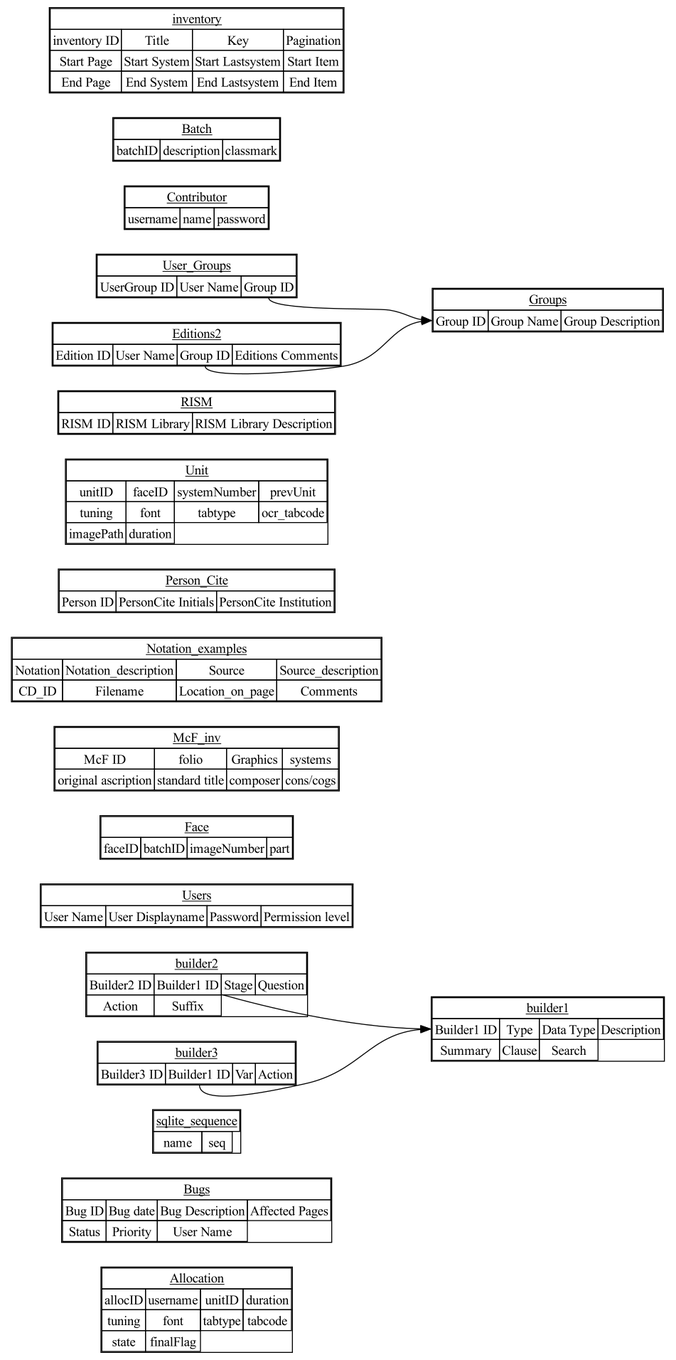
Above: plot/admin.png in cannam/ecolm-review-doc (Graphviz), before the change. Its source is kept beside it as plot/admin.dot.
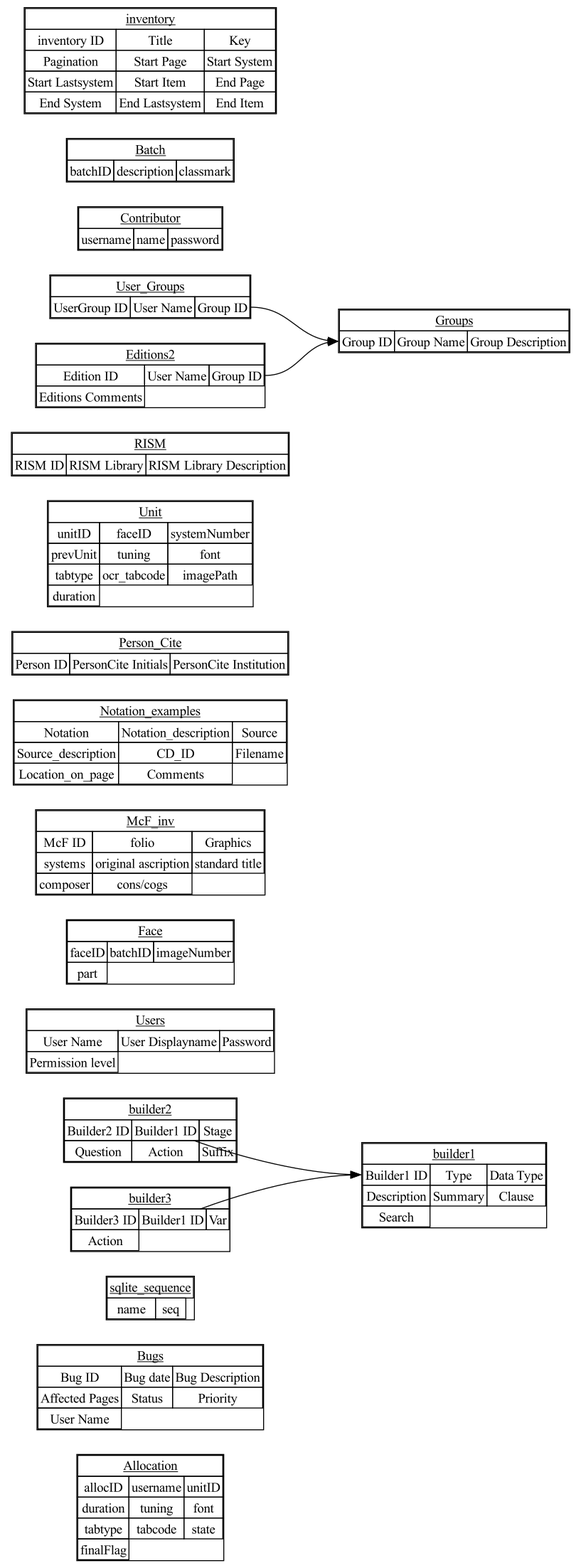
The same diagram one commit later.

The edit, as a diff of the source:
```diff
@@ -3,25 +3,25 @@
 rankdir=LR
 splines=true
 overlap=scale
-Allocation [label=<<TABLE CELLSPACING="0"><TR><TD COLSPAN="4"><U>Allocation</U></TD></TR><TR><TD PORT="allocID">allocID</TD><TD PORT="username">username</TD><TD PORT="unitID">unitID</TD><TD PORT="duration">duration</TD></TR><TR><TD PORT="tuning">tuning</TD><TD PORT="font">font</TD><TD PORT="tabtype">tabtype</TD><TD PORT="tabcode">tabcode</TD></TR><TR><TD PORT="state">state</TD><TD PORT="finalFlag">finalFlag</TD></TR></TABLE>>];
-Bugs [label=<<TABLE CELLSPACING="0"><TR><TD COLSPAN="4"><U>Bugs</U></TD></TR><TR><TD PORT="Bug ID">Bug ID</TD><TD PORT="Bug date">Bug date</TD><TD PORT="Bug Description">Bug Description</TD><TD PORT="Affected Pages">Affected Pages</TD></TR><TR><TD PORT="Status">Status</TD><TD PORT="Priority">Priority</TD><TD PORT="User Name">User Name</TD></TR></TABLE>>];
-sqlite_sequence [label=<<TABLE CELLSPACING="0"><TR><TD COLSPAN="4"><U>sqlite_sequence</U></TD></TR><TR><TD PORT="name">name</TD><TD PORT="seq">seq</TD></TR></TABLE>>];
-builder1 [label=<<TABLE CELLSPACING="0"><TR><TD COLSPAN="4"><U>builder1</U></TD></TR><TR><TD PORT="Builder1 ID">Builder1 ID</TD><TD PORT="Type">Type</TD><TD PORT="Data Type">Data Type</TD><TD PORT="Description">Description</TD></TR><TR><TD PORT="Summary">Summary</TD><TD PORT="Clause">Clause</TD><TD PORT="Search">Search</TD></TR></TABLE>>];
-builder2 [label=<<TABLE CELLSPACING="0"><TR><TD COLSPAN="4"><U>builder2</U></TD></TR><TR><TD PORT="Builder2 ID">Builder2 ID</TD><TD PORT="Builder1 ID">Builder1 ID</TD><TD PORT="Stage">Stage</TD><TD PORT="Question">Question</TD></TR><TR><TD PORT="Action">Action</TD><TD PORT="Suffix">Suffix</TD></TR></TABLE>>];
-builder3 [label=<<TABLE CELLSPACING="0"><TR><TD COLSPAN="4"><U>builder3</U></TD></TR><TR><TD PORT="Builder3 ID">Builder3 ID</TD><TD PORT="Builder1 ID">Builder1 ID</TD><TD PORT="Var">Var</TD><TD PORT="Action">Action</TD></TR></TABLE>>];
-Users [label=<<TABLE CELLSPACING="0"><TR><TD COLSPAN="4"><U>Users</U></TD></TR><TR><TD PORT="User Name">User Name</TD><TD PORT="User Displayname">User Displayname</TD><TD PORT="Password">Password</TD><TD PORT="Permission level">Permission level</TD></TR></TABLE>>];
-Face [label=<<TABLE CELLSPACING="0"><TR><TD COLSPAN="4"><U>Face</U></TD></TR><TR><TD PORT="faceID">faceID</TD><TD PORT="batchID">batchID</TD><TD PORT="imageNumber">imageNumber</TD><TD PORT="part">part</TD></TR></TABLE>>];
-McF_inv [label=<<TABLE CELLSPACING="0"><TR><TD COLSPAN="4"><U>McF_inv</U></TD></TR><TR><TD PORT="McF ID">McF ID</TD><TD PORT="folio">folio</TD><TD PORT="Graphics">Graphics</TD><TD PORT="systems">systems</TD></TR><TR><TD PORT="original ascription">original ascription</TD><TD PORT="standard title">standard title</TD><TD PORT="composer">composer</TD><TD PORT="cons/cogs">cons/cogs</TD></TR></TABLE>>];
-Notation_examples [label=<<TABLE CELLSPACING="0"><TR><TD COLSPAN="4"><U>Notation_examples</U></TD></TR><TR><TD PORT="Notation">Notation</TD><TD PORT="Notation_description">Notation_description</TD><TD PORT="Source">Source</TD><TD PORT="Source_description">Source_description</TD></TR><TR><TD PORT="CD_ID">CD_ID</TD><TD PORT="Filename">Filename</TD><TD PORT="Location_on_page">Location_on_page</TD><TD PORT="Comments">Comments</TD></TR></TABLE>>];
-Person_Cite [label=<<TABLE CELLSPACING="0"><TR><TD COLSPAN="4"><U>Person_Cite</U></TD></TR><TR><TD PORT="Person ID">Person ID</TD><TD PORT="PersonCite Initials">PersonCite Initials</TD><TD PORT="PersonCite Institution">PersonCite Institution</TD></TR></TABLE>>];
-Unit [label=<<TABLE CELLSPACING="0"><TR><TD COLSPAN="4"><U>Unit</U></TD></TR><TR><TD PORT="unitID">unitID</TD><TD PORT="faceID">faceID</TD><TD PORT="systemNumber">systemNumber</TD><TD PORT="prevUnit">prevUnit</TD></TR><TR><TD PORT="tuning">tuning</TD><TD PORT="font">font</TD><TD PORT="tabtype">tabtype</TD><TD PORT="ocr_tabcode">ocr_tabcode</TD></TR><TR><TD PORT="imagePath">imagePath</TD><TD PORT="duration">duration</TD></TR></TABLE>>];
-RISM [label=<<TABLE CELLSPACING="0"><TR><TD COLSPAN="4"><U>RISM</U></TD></TR><TR><TD PORT="RISM ID">RISM ID</TD><TD PORT="RISM Library">RISM Library</TD><TD PORT="RISM Library Description">RISM Library Description</TD></TR></TABLE>>];
-User_Groups [label=<<TABLE CELLSPACING="0"><TR><TD COLSPAN="4"><U>User_Groups</U></TD></TR><TR><TD PORT="UserGroup ID">UserGroup ID</TD><TD PORT="User Name">User Name</TD><TD PORT="Group ID">Group ID</TD></TR></TABLE>>];
-Groups [label=<<TABLE CELLSPACING="0"><TR><TD COLSPAN="4"><U>Groups</U></TD></TR><TR><TD PORT="Group ID">Group ID</TD><TD PORT="Group Name">Group Name</TD><TD PORT="Group Description">Group Description</TD></TR></TABLE>>];
-Editions2 [label=<<TABLE CELLSPACING="0"><TR><TD COLSPAN="4"><U>Editions2</U></TD></TR><TR><TD PORT="Edition ID">Edition ID</TD><TD PORT="User Name">User Name</TD><TD PORT="Group ID">Group ID</TD><TD PORT="Editions Comments">Editions Comments</TD></TR></TABLE>>];
-Contributor [label=<<TABLE CELLSPACING="0"><TR><TD COLSPAN="4"><U>Contributor</U></TD></TR><TR><TD PORT="username">username</TD><TD PORT="name">name</TD><TD PORT="password">password</TD></TR></TABLE>>];
-Batch [label=<<TABLE CELLSPACING="0"><TR><TD COLSPAN="4"><U>Batch</U></TD></TR><TR><TD PORT="batchID">batchID</TD><TD PORT="description">description</TD><TD PORT="classmark">classmark</TD></TR></TABLE>>];
-inventory [label=<<TABLE CELLSPACING="0"><TR><TD COLSPAN="4"><U>inventory</U></TD></TR><TR><TD PORT="inventory ID">inventory ID</TD><TD PORT="Title">Title</TD><TD PORT="Key">Key</TD><TD PORT="Pagination">Pagination</TD></TR><TR><TD PORT="Start Page">Start Page</TD><TD PORT="Start System">Start System</TD><TD PORT="Start Lastsystem">Start Lastsystem</TD><TD PORT="Start Item">Start Item</TD></TR><TR><TD PORT="End Page">End Page</TD><TD PORT="End System">End System</TD><TD PORT="End Lastsystem">End Lastsystem</TD><TD PORT="End Item">End Item</TD></TR></TABLE>>];
+Allocation [label=<<TABLE CELLSPACING="0"><TR><TD COLSPAN="3"><U>Allocation</U></TD></TR><TR><TD PORT="allocID">allocID</TD><TD PORT="username">username</TD><TD PORT="unitID">unitID</TD></TR><TR><TD PORT="duration">duration</TD><TD PORT="tuning">tuning</TD><TD PORT="font">font</TD></TR><TR><TD PORT="tabtype">tabtype</TD><TD PORT="tabcode">tabcode</TD><TD PORT="state">state</TD></TR><TR><TD PORT="finalFlag">finalFlag</TD></TR></TABLE>>];
+Bugs [label=<<TABLE CELLSPACING="0"><TR><TD COLSPAN="3"><U>Bugs</U></TD></TR><TR><TD PORT="Bug ID">Bug ID</TD><TD PORT="Bug date">Bug date</TD><TD PORT="Bug Description">Bug Description</TD></TR><TR><TD PORT="Affected Pages">Affected Pages</TD><TD PORT="Status">Status</TD><TD PORT="Priority">Priority</TD></TR><TR><TD PORT="User Name">User Name</TD></TR></TABLE>>];
+sqlite_sequence [label=<<TABLE CELLSPACING="0"><TR><TD COLSPAN="3"><U>sqlite_sequence</U></TD></TR><TR><TD PORT="name">name</TD><TD PORT="seq">seq</TD></TR></TABLE>>];
+builder1 [label=<<TABLE CELLSPACING="0"><TR><TD COLSPAN="3"><U>builder1</U></TD></TR><TR><TD PORT="Builder1 ID">Builder1 ID</TD><TD PORT="Type">Type</TD><TD PORT="Data Type">Data Type</TD></TR><TR><TD PORT="Description">Description</TD><TD PORT="Summary">Summary</TD><TD PORT="Clause">Clause</TD></TR><TR><TD PORT="Search">Search</TD></TR></TABLE>>];
+builder2 [label=<<TABLE CELLSPACING="0"><TR><TD COLSPAN="3"><U>builder2</U></TD></TR><TR><TD PORT="Builder2 ID">Builder2 ID</TD><TD PORT="Builder1 ID">Builder1 ID</TD><TD PORT="Stage">Stage</TD></TR><TR><TD PORT="Question">Question</TD><TD PORT="Action">Action</TD><TD PORT="Suffix">Suffix</TD></TR></TABLE>>];
+builder3 [label=<<TABLE CELLSPACING="0"><TR><TD COLSPAN="3"><U>builder3</U></TD></TR><TR><TD PORT="Builder3 ID">Builder3 ID</TD><TD PORT="Builder1 ID">Builder1 ID</TD><TD PORT="Var">Var</TD></TR><TR><TD PORT="Action">Action</TD></TR></TABLE>>];
+Users [label=<<TABLE CELLSPACING="0"><TR><TD COLSPAN="3"><U>Users</U></TD></TR><TR><TD PORT="User Name">User Name</TD><TD PORT="User Displayname">User Displayname</TD><TD PORT="Password">Password</TD></TR><TR><TD PORT="Permission level">Permission level</TD></TR></TABLE>>];
+Face [label=<<TABLE CELLSPACING="0"><TR><TD COLSPAN="3"><U>Face</U></TD></TR><TR><TD PORT="faceID">faceID</TD><TD PORT="batchID">batchID</TD><TD PORT="imageNumber">imageNumber</TD></TR><TR><TD PORT="part">part</TD></TR></TABLE>>];
+McF_inv [label=<<TABLE CELLSPACING="0"><TR><TD COLSPAN="3"><U>McF_inv</U></TD></TR><TR><TD PORT="McF ID">McF ID</TD><TD PORT="folio">folio</TD><TD PORT="Graphics">Graphics</TD></TR><TR><TD PORT="systems">systems</TD><TD PORT="original ascription">original ascription</TD><TD PORT="standard title">standard title</TD></TR><TR><TD PORT="composer">composer</TD><TD PORT="cons/cogs">cons/cogs</TD></TR></TABLE>>];
+Notation_examples [label=<<TABLE CELLSPACING="0"><TR><TD COLSPAN="3"><U>Notation_examples</U></TD></TR><TR><TD PORT="Notation">Notation</TD><TD PORT="Notation_description">Notation_description</TD><TD PORT="Source">Source</TD></TR><TR><TD PORT="Source_description">Source_description</TD><TD PORT="CD_ID">CD_ID</TD><TD PORT="Filename">Filename</TD></TR><TR><TD PORT="Location_on_page">Location_on_page</TD><TD PORT="Comments">Comments</TD></TR></TABLE>>];
+Person_Cite [label=<<TABLE CELLSPACING="0"><TR><TD COLSPAN="3"><U>Person_Cite</U></TD></TR><TR><TD PORT="Person ID">Person ID</TD><TD PORT="PersonCite Initials">PersonCite Initials</TD><TD PORT="PersonCite Institution">PersonCite Institution</TD></TR></TABLE>>];
+Unit [label=<<TABLE CELLSPACING="0"><TR><TD COLSPAN="3"><U>Unit</U></TD></TR><TR><TD PORT="unitID">unitID</TD><TD PORT="faceID">faceID</TD><TD PORT="systemNumber">systemNumber</TD></TR><TR><TD PORT="prevUnit">prevUnit</TD><TD PORT="tuning">tuning</TD><TD PORT="font">font</TD></TR><TR><TD PORT="tabtype">tabtype</TD><TD PORT="ocr_tabcode">ocr_tabcode</TD><TD PORT="imagePath">imagePath</TD></TR><TR><TD PORT="duration">duration</TD></TR></TABLE>>];
+RISM [label=<<TABLE CELLSPACING="0"><TR><TD COLSPAN="3"><U>RISM</U></TD></TR><TR><TD PORT="RISM ID">RISM ID</TD><TD PORT="RISM Library">RISM Library</TD><TD PORT="RISM Library Description">RISM Library Description</TD></TR></TABLE>>];
+User_Groups [label=<<TABLE CELLSPACING="0"><TR><TD COLSPAN="3"><U>User_Groups</U></TD></TR><TR><TD PORT="UserGroup ID">UserGroup ID</TD><TD PORT="User Name">User Name</TD><TD PORT="Group ID">Group ID</TD></TR></TABLE>>];
+Groups [label=<<TABLE CELLSPACING="0"><TR><TD COLSPAN="3"><U>Groups</U></TD></TR><TR><TD PORT="Group ID">Group ID</TD><TD PORT="Group Name">Group Name</TD><TD PORT="Group Description">Group Description</TD></TR></TABLE>>];
+Editions2 [label=<<TABLE CELLSPACING="0"><TR><TD COLSPAN="3"><U>Editions2</U></TD></TR><TR><TD PORT="Edition ID">Edition ID</TD><TD PORT="User Name">User Name</TD><TD PORT="Group ID">Group ID</TD></TR><TR><TD PORT="Editions Comments">Editions Comments</TD></TR></TABLE>>];
+Contributor [label=<<TABLE CELLSPACING="0"><TR><TD COLSPAN="3"><U>Contributor</U></TD></TR><TR><TD PORT="username">username</TD><TD PORT="name">name</TD><TD PORT="password">password</TD></TR></TABLE>>];
+Batch [label=<<TABLE CELLSPACING="0"><TR><TD COLSPAN="3"><U>Batch</U></TD></TR><TR><TD PORT="batchID">batchID</TD><TD PORT="description">description</TD><TD PORT="classmark">classmark</TD></TR></TABLE>>];
+inventory [label=<<TABLE CELLSPACING="0"><TR><TD COLSPAN="3"><U>inventory</U></TD></TR><TR><TD PORT="inventory ID">inventory ID</TD><TD PORT="Title">Title</TD><TD PORT="Key">Key</TD></TR><TR><TD PORT="Pagination">Pagination</TD><TD PORT="Start Page">Start Page</TD><TD PORT="Start System">Start System</TD></TR><TR><TD PORT="Start Lastsystem">Start Lastsystem</TD><TD PORT="Start Item">Start Item</TD><TD PORT="End Page">End Page</TD></TR><TR><TD PORT="End System">End System</TD><TD PORT="End Lastsystem">End Lastsystem</TD><TD PORT="End Item">End Item</TD></TR></TABLE>>];
 "builder2":"Builder1 ID" -> "builder1":"Builder1 ID";
 "builder3":"Builder1 ID" -> "builder1":"Builder1 ID";
 "User_Groups":"Group ID" -> "Groups":"Group ID";
```
